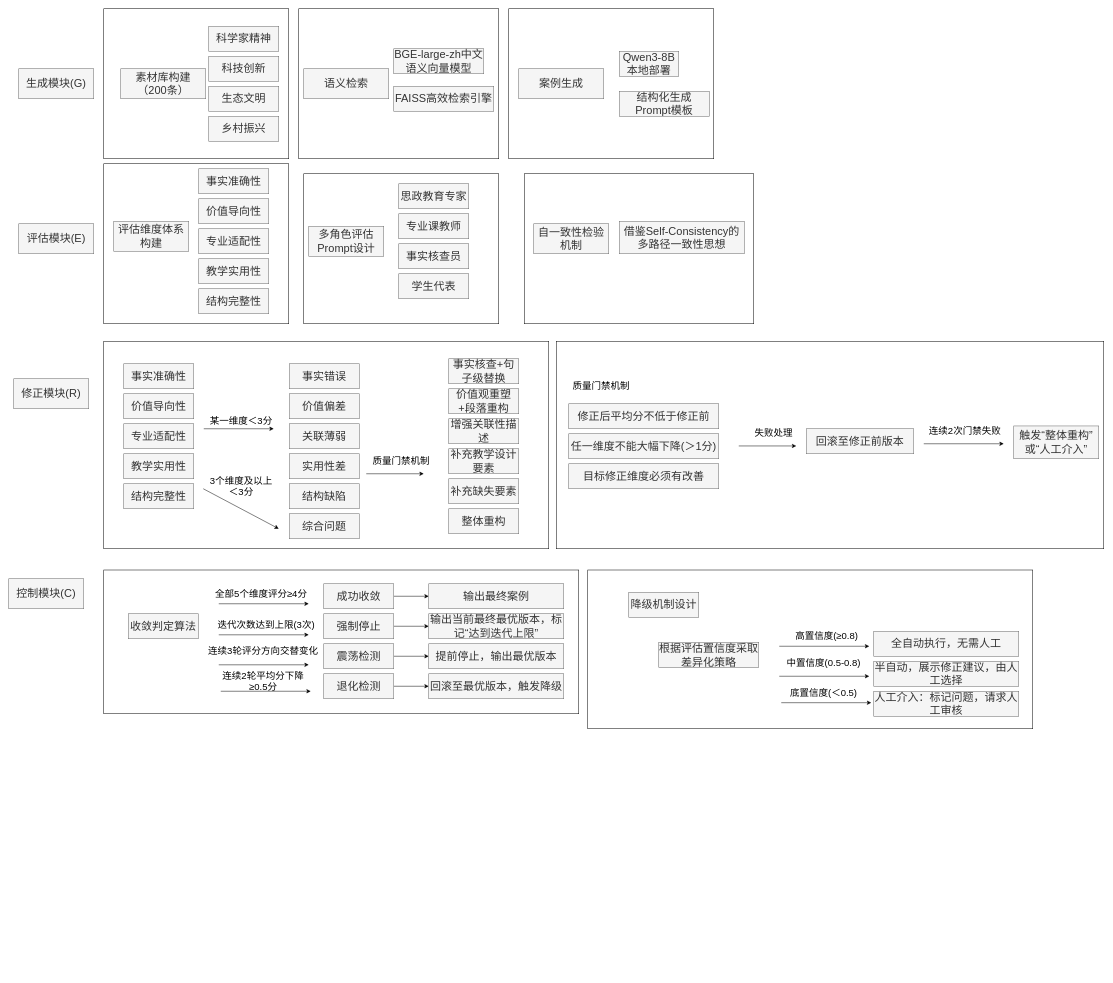
Above: （开题报告3）总体研究框架.drawio in handsome-tony/picture (draw.io), before the change. Source tidied: cells renumbered, new cells numbered last; positions are measured from the earlier drawing's top-left corner, leaving out a move shared by most shapes. Both pictures are drawn from the tidied source at 50%, with x=0, y=0 at pixel (8, 8).
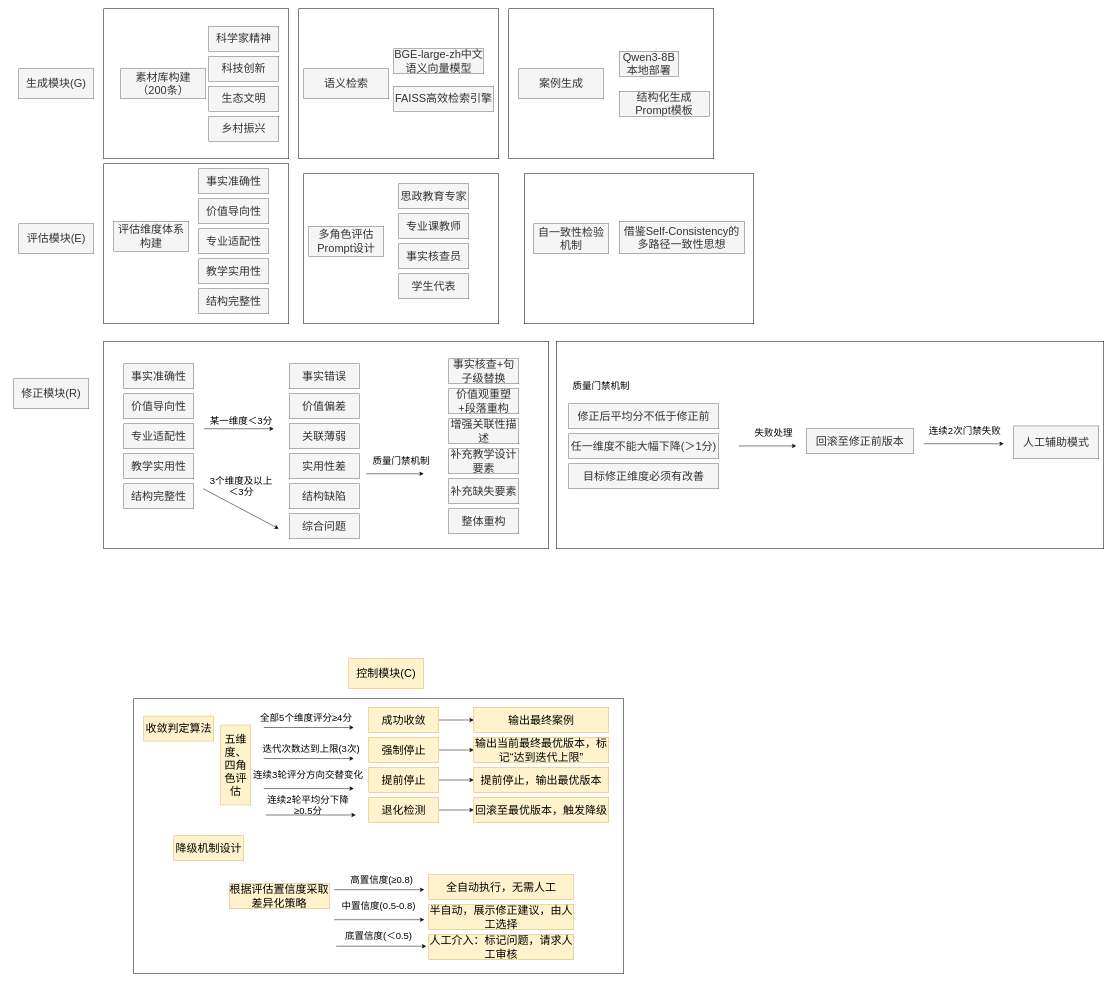
After the change.

Commit message:
更新（开题报告3）总体研究框架.drawio

The edit, as a diff of the source:
```diff
@@
-    <mxCell id="2" style="rounded=0;whiteSpace=wrap;html=1;" parent="1" vertex="1">
-      <mxGeometry x="1158" y="1122.5" width="890" height="317.5" as="geometry" />
-    </mxCell>
-    <mxCell id="3" style="rounded=0;whiteSpace=wrap;html=1;" parent="1" vertex="1">
-      <mxGeometry x="190" y="1122.5" width="950" height="287.5" as="geometry" />
+    <mxCell id="3" style="rounded=0;whiteSpace=wrap;html=1;fillStyle=hatch;" parent="1" vertex="1">
+      <mxGeometry x="250" y="1380" width="980" height="550" as="geometry" />
     </mxCell>
@@
-    <mxCell id="60" value="&lt;font style=&quot;font-size: 22px;&quot;&gt;控制模块(C)&lt;/font&gt;" style="rounded=0;whiteSpace=wrap;html=1;fillColor=#f5f5f5;fontColor=#333333;strokeColor=#666666;" parent="1" vertex="1">
-      <mxGeometry y="1140" width="150" height="60" as="geometry" />
+    <mxCell id="60" value="&lt;font style=&quot;font-size: 22px;&quot;&gt;控制模块(C)&lt;/font&gt;" style="rounded=0;whiteSpace=wrap;html=1;fillColor=#fff2cc;strokeColor=#d6b656;" parent="1" vertex="1">
+      <mxGeometry x="680" y="1300" width="150" height="60" as="geometry" />
     </mxCell>
@@
-    <mxCell id="72" value="&lt;span style=&quot;font-size: 22px;&quot;&gt;触发“整体重构”或“人工介入”&lt;/span&gt;" style="rounded=0;whiteSpace=wrap;html=1;fillColor=#f5f5f5;fontColor=#333333;strokeColor=#666666;" parent="1" vertex="1">
+    <mxCell id="72" value="&lt;span style=&quot;font-size: 22px;&quot;&gt;人工辅助模式&lt;/span&gt;" style="rounded=0;whiteSpace=wrap;html=1;fillColor=#f5f5f5;fontColor=#333333;strokeColor=#666666;" parent="1" vertex="1">
       <mxGeometry x="2010" y="834.4" width="170" height="65.6" as="geometry" />
     </mxCell>
-    <mxCell id="73" value="&lt;span style=&quot;font-size: 22px;&quot;&gt;收敛判定算法&lt;/span&gt;" style="rounded=0;whiteSpace=wrap;html=1;fillColor=#f5f5f5;fontColor=#333333;strokeColor=#666666;" parent="1" vertex="1">
-      <mxGeometry x="239" y="1210" width="140" height="50" as="geometry" />
+    <mxCell id="73" value="&lt;span style=&quot;font-size: 22px;&quot;&gt;收敛判定算法&lt;/span&gt;" style="rounded=0;whiteSpace=wrap;html=1;fillColor=#fff2cc;strokeColor=#d6b656;" parent="1" vertex="1">
+      <mxGeometry x="270" y="1414.6" width="140" height="50" as="geometry" />
     </mxCell>
@@
-    <mxCell id="75" value="&lt;span style=&quot;font-size: 22px;&quot;&gt;成功收敛&lt;/span&gt;" style="rounded=0;whiteSpace=wrap;html=1;fillColor=#f5f5f5;fontColor=#333333;strokeColor=#666666;" parent="1" vertex="1">
-      <mxGeometry x="630" y="1150" width="140" height="50" as="geometry" />
+    <mxCell id="75" value="&lt;span style=&quot;font-size: 22px;&quot;&gt;成功收敛&lt;/span&gt;" style="rounded=0;whiteSpace=wrap;html=1;fillColor=#fff2cc;strokeColor=#d6b656;" parent="1" vertex="1">
+      <mxGeometry x="720" y="1397.5" width="140" height="50" as="geometry" />
     </mxCell>
@@
-    <mxCell id="77" value="&lt;span style=&quot;font-size: 22px;&quot;&gt;强制停止&lt;/span&gt;" style="rounded=0;whiteSpace=wrap;html=1;fillColor=#f5f5f5;fontColor=#333333;strokeColor=#666666;" parent="1" vertex="1">
-      <mxGeometry x="630" y="1210" width="140" height="50" as="geometry" />
+    <mxCell id="77" value="&lt;span style=&quot;font-size: 22px;&quot;&gt;强制停止&lt;/span&gt;" style="rounded=0;whiteSpace=wrap;html=1;fillColor=#fff2cc;strokeColor=#d6b656;" parent="1" vertex="1">
+      <mxGeometry x="720" y="1457.5" width="140" height="50" as="geometry" />
     </mxCell>
@@
-    <mxCell id="79" value="&lt;span style=&quot;font-size: 22px;&quot;&gt;震荡检测&lt;/span&gt;" style="rounded=0;whiteSpace=wrap;html=1;fillColor=#f5f5f5;fontColor=#333333;strokeColor=#666666;" parent="1" vertex="1">
-      <mxGeometry x="630" y="1270" width="140" height="50" as="geometry" />
+    <mxCell id="79" value="&lt;span style=&quot;font-size: 22px;&quot;&gt;提前停止&lt;/span&gt;" style="rounded=0;whiteSpace=wrap;html=1;fillColor=#fff2cc;strokeColor=#d6b656;" parent="1" vertex="1">
+      <mxGeometry x="720" y="1517.5" width="140" height="50" as="geometry" />
     </mxCell>
@@
-    <mxCell id="81" value="&lt;span style=&quot;font-size: 22px;&quot;&gt;退化检测&lt;/span&gt;" style="rounded=0;whiteSpace=wrap;html=1;fillColor=#f5f5f5;fontColor=#333333;strokeColor=#666666;" parent="1" vertex="1">
-      <mxGeometry x="630" y="1330" width="140" height="50" as="geometry" />
+    <mxCell id="81" value="&lt;span style=&quot;font-size: 22px;&quot;&gt;退化检测&lt;/span&gt;" style="rounded=0;whiteSpace=wrap;html=1;fillColor=#fff2cc;strokeColor=#d6b656;" parent="1" vertex="1">
+      <mxGeometry x="720" y="1577.5" width="140" height="50" as="geometry" />
     </mxCell>
     <mxCell id="82" style="endArrow=classic;html=1;rounded=0;" parent="1" edge="1">
       <mxGeometry relative="1" as="geometry">
-        <mxPoint x="420" y="1190" as="sourcePoint" />
-        <mxPoint x="600" y="1190" as="targetPoint" />
+        <mxPoint x="510" y="1437.5" as="sourcePoint" />
+        <mxPoint x="690" y="1437.5" as="targetPoint" />
       </mxGeometry>
     </mxCell>
     <mxCell id="83" value="&lt;span style=&quot;font-size: 19px;&quot;&gt;全部5个维度评分≥4分&lt;/span&gt;" style="text;html=1;whiteSpace=wrap;strokeColor=none;fillColor=none;align=center;verticalAlign=middle;rounded=0;" parent="1" vertex="1">
-      <mxGeometry x="410" y="1155" width="190" height="30" as="geometry" />
+      <mxGeometry x="500" y="1402.5" width="190" height="30" as="geometry" />
     </mxCell>
     <mxCell id="84" style="endArrow=classic;html=1;rounded=0;" parent="1" edge="1">
       <mxGeometry relative="1" as="geometry">
-        <mxPoint x="420" y="1252.1" as="sourcePoint" />
-        <mxPoint x="600" y="1252.1" as="targetPoint" />
+        <mxPoint x="510" y="1499.6" as="sourcePoint" />
+        <mxPoint x="690" y="1499.6" as="targetPoint" />
       </mxGeometry>
     </mxCell>
     <mxCell id="85" value="&lt;span style=&quot;font-size: 19px;&quot;&gt;迭代次数达到上限(3次)&lt;/span&gt;" style="text;html=1;whiteSpace=wrap;strokeColor=none;fillColor=none;align=center;verticalAlign=middle;rounded=0;" parent="1" vertex="1">
-      <mxGeometry x="410" y="1217.1" width="210" height="30" as="geometry" />
+      <mxGeometry x="500" y="1464.6" width="210" height="30" as="geometry" />
     </mxCell>
     <mxCell id="86" style="endArrow=classic;html=1;rounded=0;" parent="1" edge="1">
       <mxGeometry relative="1" as="geometry">
-        <mxPoint x="420" y="1312.1" as="sourcePoint" />
-        <mxPoint x="600" y="1312.1" as="targetPoint" />
+        <mxPoint x="510" y="1559.6" as="sourcePoint" />
+        <mxPoint x="690" y="1559.6" as="targetPoint" />
       </mxGeometry>
     </mxCell>
     <mxCell id="87" value="&lt;span style=&quot;font-size: 19px;&quot;&gt;连续3轮评分方向交替变化&lt;/span&gt;" style="text;html=1;whiteSpace=wrap;strokeColor=none;fillColor=none;align=center;verticalAlign=middle;rounded=0;" parent="1" vertex="1">
-      <mxGeometry x="394" y="1270" width="230" height="30" as="geometry" />
+      <mxGeometry x="484" y="1517.5" width="230" height="30" as="geometry" />
     </mxCell>
     <mxCell id="88" style="endArrow=classic;html=1;rounded=0;" parent="1" edge="1">
       <mxGeometry relative="1" as="geometry">
-        <mxPoint x="424" y="1365" as="sourcePoint" />
-        <mxPoint x="604" y="1365" as="targetPoint" />
+        <mxPoint x="514" y="1612.5" as="sourcePoint" />
+        <mxPoint x="694" y="1612.5" as="targetPoint" />
       </mxGeometry>
     </mxCell>
     <mxCell id="89" value="&lt;span style=&quot;font-size: 19px;&quot;&gt;连续2轮平均分下降≥0.5分&lt;/span&gt;" style="text;html=1;whiteSpace=wrap;strokeColor=none;fillColor=none;align=center;verticalAlign=middle;rounded=0;" parent="1" vertex="1">
-      <mxGeometry x="414" y="1330" width="190" height="30" as="geometry" />
+      <mxGeometry x="504" y="1577.5" width="190" height="30" as="geometry" />
     </mxCell>
-    <mxCell id="90" value="&lt;span style=&quot;font-size: 22px;&quot;&gt;输出最终案例&lt;/span&gt;" style="rounded=0;whiteSpace=wrap;html=1;fillColor=#f5f5f5;fontColor=#333333;strokeColor=#666666;" parent="1" vertex="1">
-      <mxGeometry x="840" y="1150" width="270" height="50" as="geometry" />
+    <mxCell id="90" value="&lt;span style=&quot;font-size: 22px;&quot;&gt;输出最终案例&lt;/span&gt;" style="rounded=0;whiteSpace=wrap;html=1;fillColor=#fff2cc;strokeColor=#d6b656;" parent="1" vertex="1">
+      <mxGeometry x="930" y="1397.5" width="270" height="50" as="geometry" />
     </mxCell>
-    <mxCell id="91" value="&lt;span style=&quot;font-size: 22px;&quot;&gt;输出当前最终最优版本，标记“达到迭代上限”&lt;/span&gt;" style="rounded=0;whiteSpace=wrap;html=1;fillColor=#f5f5f5;fontColor=#333333;strokeColor=#666666;" parent="1" vertex="1">
-      <mxGeometry x="840" y="1210" width="270" height="50" as="geometry" />
+    <mxCell id="91" value="&lt;span style=&quot;font-size: 22px;&quot;&gt;输出当前最终最优版本，标记“达到迭代上限”&lt;/span&gt;" style="rounded=0;whiteSpace=wrap;html=1;fillColor=#fff2cc;strokeColor=#d6b656;" parent="1" vertex="1">
+      <mxGeometry x="930" y="1457.5" width="270" height="50" as="geometry" />
     </mxCell>
-    <mxCell id="92" value="&lt;span style=&quot;font-size: 22px;&quot;&gt;提前停止，输出最优版本&lt;/span&gt;" style="rounded=0;whiteSpace=wrap;html=1;fillColor=#f5f5f5;fontColor=#333333;strokeColor=#666666;" parent="1" vertex="1">
-      <mxGeometry x="840" y="1270" width="270" height="50" as="geometry" />
+    <mxCell id="92" value="&lt;span style=&quot;font-size: 22px;&quot;&gt;提前停止，输出最优版本&lt;/span&gt;" style="rounded=0;whiteSpace=wrap;html=1;fillColor=#fff2cc;strokeColor=#d6b656;" parent="1" vertex="1">
+      <mxGeometry x="930" y="1517.5" width="270" height="50" as="geometry" />
     </mxCell>
-    <mxCell id="93" value="&lt;span style=&quot;font-size: 22px;&quot;&gt;回滚至最优版本，触发降级&lt;/span&gt;" style="rounded=0;whiteSpace=wrap;html=1;fillColor=#f5f5f5;fontColor=#333333;strokeColor=#666666;" parent="1" vertex="1">
-      <mxGeometry x="840" y="1330" width="270" height="50" as="geometry" />
+    <mxCell id="93" value="&lt;span style=&quot;font-size: 22px;&quot;&gt;回滚至最优版本，触发降级&lt;/span&gt;" style="rounded=0;whiteSpace=wrap;html=1;fillColor=#fff2cc;strokeColor=#d6b656;" parent="1" vertex="1">
+      <mxGeometry x="930" y="1577.5" width="270" height="50" as="geometry" />
     </mxCell>
-    <mxCell id="94" value="&lt;span style=&quot;font-size: 22px;&quot;&gt;降级机制设计&lt;/span&gt;" style="rounded=0;whiteSpace=wrap;html=1;fillColor=#f5f5f5;fontColor=#333333;strokeColor=#666666;" parent="1" vertex="1">
-      <mxGeometry x="1240" y="1167.1" width="140" height="50" as="geometry" />
+    <mxCell id="94" value="&lt;span style=&quot;font-size: 22px;&quot;&gt;降级机制设计&lt;/span&gt;" style="rounded=0;whiteSpace=wrap;html=1;fillColor=#fff2cc;strokeColor=#d6b656;" parent="1" vertex="1">
+      <mxGeometry x="330" y="1654" width="140" height="50" as="geometry" />
     </mxCell>
-    <mxCell id="95" value="&lt;span style=&quot;font-size: 22px;&quot;&gt;根据评估置信度采取差异化策略&lt;/span&gt;" style="rounded=0;whiteSpace=wrap;html=1;fillColor=#f5f5f5;fontColor=#333333;strokeColor=#666666;" parent="1" vertex="1">
-      <mxGeometry x="1300" y="1267.9" width="200" height="50" as="geometry" />
+    <mxCell id="95" value="&lt;span style=&quot;font-size: 22px;&quot;&gt;根据评估置信度采取差异化策略&lt;/span&gt;" style="rounded=0;whiteSpace=wrap;html=1;fillColor=#fff2cc;strokeColor=#d6b656;" parent="1" vertex="1">
+      <mxGeometry x="441" y="1750" width="200" height="50" as="geometry" />
     </mxCell>
-    <mxCell id="96" value="&lt;span style=&quot;font-size: 22px;&quot;&gt;全自动执行，无需人工&lt;/span&gt;" style="rounded=0;whiteSpace=wrap;html=1;fillColor=#f5f5f5;fontColor=#333333;strokeColor=#666666;" parent="1" vertex="1">
-      <mxGeometry x="1730" y="1245" width="290" height="50" as="geometry" />
+    <mxCell id="96" value="&lt;span style=&quot;font-size: 22px;&quot;&gt;全自动执行，无需人工&lt;/span&gt;" style="rounded=0;whiteSpace=wrap;html=1;fillColor=#fff2cc;strokeColor=#d6b656;" parent="1" vertex="1">
+      <mxGeometry x="840" y="1731.9" width="290" height="50" as="geometry" />
     </mxCell>
-    <mxCell id="97" value="&lt;span style=&quot;font-size: 22px;&quot;&gt;半自动，展示修正建议，由人工选择&lt;/span&gt;" style="rounded=0;whiteSpace=wrap;html=1;fillColor=#f5f5f5;fontColor=#333333;strokeColor=#666666;" parent="1" vertex="1">
-      <mxGeometry x="1730" y="1305" width="290" height="50" as="geometry" />
+    <mxCell id="97" value="&lt;span style=&quot;font-size: 22px;&quot;&gt;半自动，展示修正建议，由人工选择&lt;/span&gt;" style="rounded=0;whiteSpace=wrap;html=1;fillColor=#fff2cc;strokeColor=#d6b656;" parent="1" vertex="1">
+      <mxGeometry x="840" y="1791.9" width="290" height="50" as="geometry" />
     </mxCell>
-    <mxCell id="98" value="&lt;span style=&quot;font-size: 22px;&quot;&gt;人工介入：标记问题，请求人工审核&lt;/span&gt;" style="rounded=0;whiteSpace=wrap;html=1;fillColor=#f5f5f5;fontColor=#333333;strokeColor=#666666;" parent="1" vertex="1">
-      <mxGeometry x="1730" y="1365" width="290" height="50" as="geometry" />
+    <mxCell id="98" value="&lt;span style=&quot;font-size: 22px;&quot;&gt;人工介入：标记问题，请求人工审核&lt;/span&gt;" style="rounded=0;whiteSpace=wrap;html=1;fillColor=#fff2cc;strokeColor=#d6b656;" parent="1" vertex="1">
+      <mxGeometry x="840" y="1851.9" width="290" height="50" as="geometry" />
     </mxCell>
     <mxCell id="99" style="endArrow=classic;html=1;rounded=0;" parent="1" edge="1">
       <mxGeometry relative="1" as="geometry">
-        <mxPoint x="1541" y="1275" as="sourcePoint" />
-        <mxPoint x="1721" y="1275" as="targetPoint" />
+        <mxPoint x="651" y="1761.9" as="sourcePoint" />
+        <mxPoint x="831" y="1761.9" as="targetPoint" />
       </mxGeometry>
     </mxCell>
     <mxCell id="100" value="&lt;span style=&quot;font-size: 19px;&quot;&gt;高置信度(≥0.8)&lt;/span&gt;" style="text;html=1;whiteSpace=wrap;strokeColor=none;fillColor=none;align=center;verticalAlign=middle;rounded=0;" parent="1" vertex="1">
-      <mxGeometry x="1531" y="1240" width="210" height="30" as="geometry" />
+      <mxGeometry x="641" y="1726.9" width="210" height="30" as="geometry" />
     </mxCell>
     <mxCell id="101" style="endArrow=classic;html=1;rounded=0;" parent="1" edge="1">
       <mxGeometry relative="1" as="geometry">
-        <mxPoint x="1541" y="1335" as="sourcePoint" />
-        <mxPoint x="1721" y="1335" as="targetPoint" />
+        <mxPoint x="651" y="1821.9" as="sourcePoint" />
+        <mxPoint x="831" y="1821.9" as="targetPoint" />
       </mxGeometry>
     </mxCell>
     <mxCell id="102" value="&lt;span style=&quot;font-size: 19px;&quot;&gt;中置信度(0.5-0.8)&lt;/span&gt;" style="text;html=1;whiteSpace=wrap;strokeColor=none;fillColor=none;align=center;verticalAlign=middle;rounded=0;" parent="1" vertex="1">
-      <mxGeometry x="1515" y="1292.9" width="230" height="30" as="geometry" />
+      <mxGeometry x="625" y="1779.9" width="230" height="30" as="geometry" />
     </mxCell>
     <mxCell id="103" style="endArrow=classic;html=1;rounded=0;" parent="1" edge="1">
       <mxGeometry relative="1" as="geometry">
-        <mxPoint x="1545" y="1387.9" as="sourcePoint" />
-        <mxPoint x="1725" y="1387.9" as="targetPoint" />
+        <mxPoint x="655" y="1874.9" as="sourcePoint" />
+        <mxPoint x="835" y="1874.9" as="targetPoint" />
       </mxGeometry>
     </mxCell>
     <mxCell id="104" value="&lt;span style=&quot;font-size: 19px;&quot;&gt;底置信度(＜0.5)&lt;/span&gt;" style="text;html=1;whiteSpace=wrap;strokeColor=none;fillColor=none;align=center;verticalAlign=middle;rounded=0;" parent="1" vertex="1">
-      <mxGeometry x="1535" y="1352.9" width="190" height="30" as="geometry" />
+      <mxGeometry x="645" y="1839.9" width="190" height="30" as="geometry" />
     </mxCell>
+    <mxCell id="105" value="&lt;font style=&quot;font-size: 22px;&quot;&gt;五维度、四角色评估&lt;/font&gt;" style="rounded=0;whiteSpace=wrap;html=1;fillColor=#fff2cc;strokeColor=#d6b656;" parent="1" vertex="1">
+      <mxGeometry x="424" y="1432.5" width="60" height="160" as="geometry" />
+    </mxCell>
```
